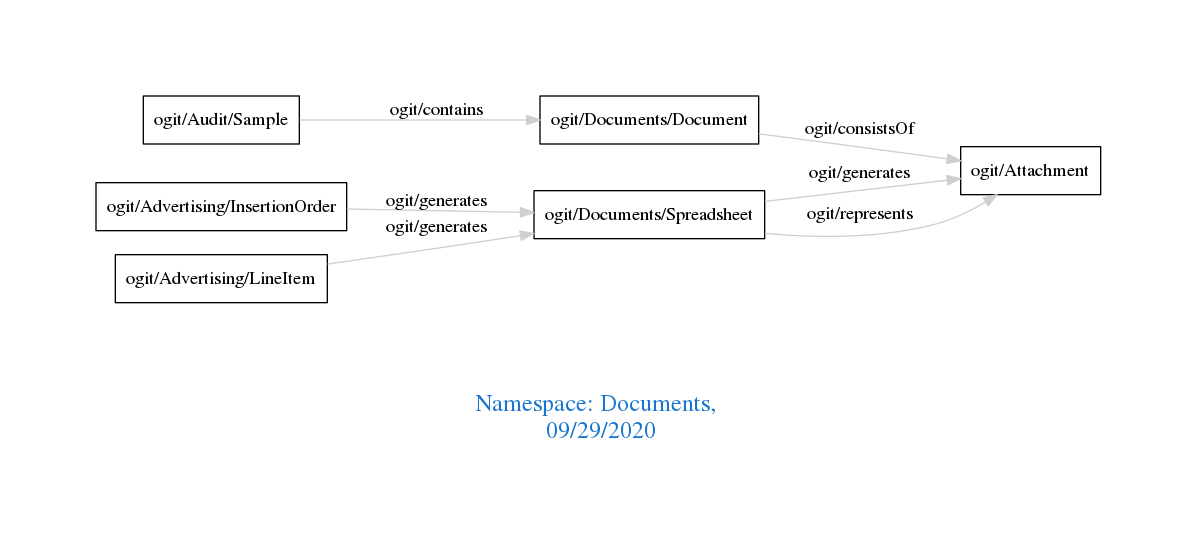
Before: downloads/Documents.png, a diagram exported from Graphviz (arago/OGIT). Its source is kept beside it as downloads/Documents.dot.
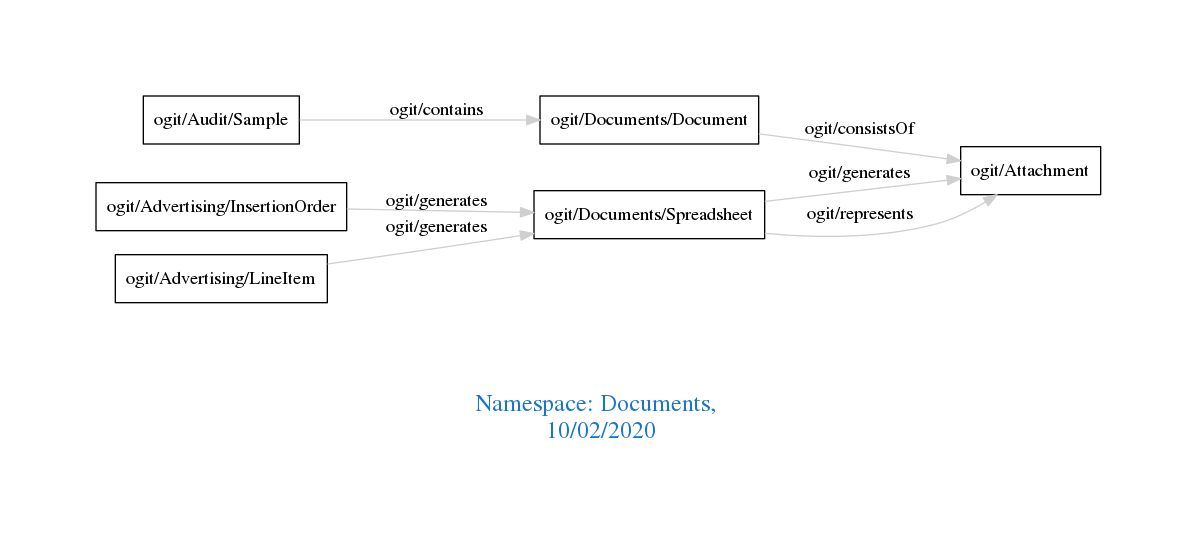
After the change.

The edit, as a diff of the source:
```diff
@@ -1,7 +1,7 @@
 digraph OGIT_ontology {
  graph [ rankdir= LR,pad=1
 fontsize = 18,
-fontcolor= dodgerblue3,label = "\n\n\nNamespace: Documents, \n 09/29/2020"];
+fontcolor= dodgerblue3,label = "\n\n\nNamespace: Documents, \n 10/02/2020"];
 node[shape=polygon];
 edge [  color="gray81"];
 
```
